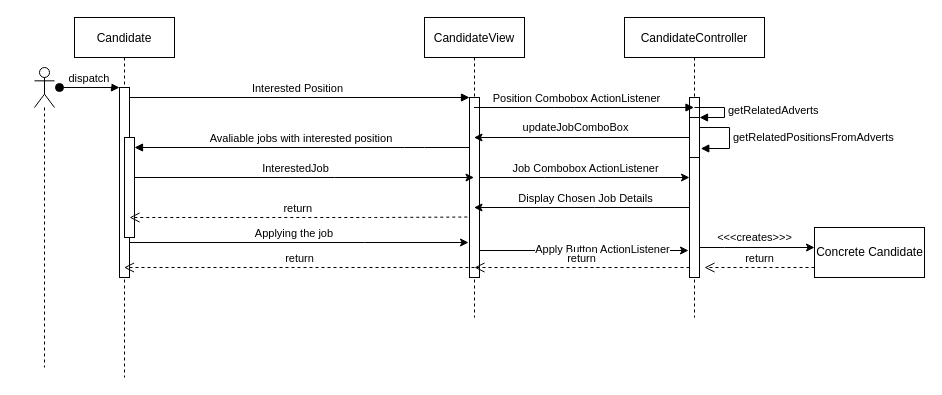
alperenekin/CandidateEvaluationSystem keeps this draw.io diagram as Untitled Diagram.drawio. Above is the earlier version. Source tidied: cells renumbered, new cells numbered last; positions are measured from the earlier drawing's top-left corner, leaving out a move shared by most shapes. Both pictures are drawn from the tidied source at 100%, with x=0, y=0 at pixel (34, 17).
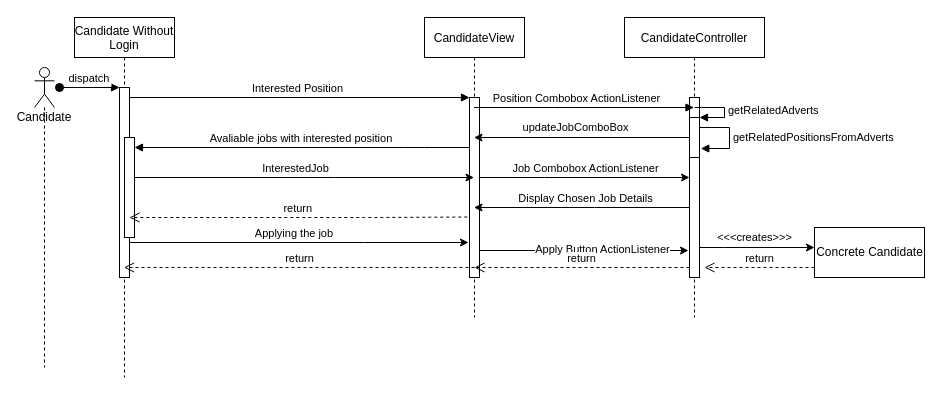
Above is the later version.

Commit message:
Candidate Without Login Fİnal

Change to the diagram source:
```diff
@@
-    <mxCell id="2" value="Candidate" style="shape=umlLifeline;perimeter=lifelinePerimeter;rounded=0;shadow=0;strokeWidth=1;" parent="1" vertex="1">
+    <mxCell id="2" value="Candidate Without &#10;Login" style="shape=umlLifeline;perimeter=lifelinePerimeter;rounded=0;shadow=0;strokeWidth=1;" parent="1" vertex="1">
       <mxGeometry x="40" width="100" height="360" as="geometry" />
     </mxCell>
@@
-    <mxCell id="26" style="shape=umlLifeline;participant=umlActor;perimeter=lifelinePerimeter;whiteSpace=wrap;html=1;verticalAlign=top;spacingTop=36;" parent="1" vertex="1">
+    <mxCell id="26" value="Candidate" style="shape=umlLifeline;participant=umlActor;perimeter=lifelinePerimeter;whiteSpace=wrap;html=1;verticalAlign=top;spacingTop=36;" parent="1" vertex="1">
       <mxGeometry y="50" width="20" height="300" as="geometry" />
     </mxCell>
```
